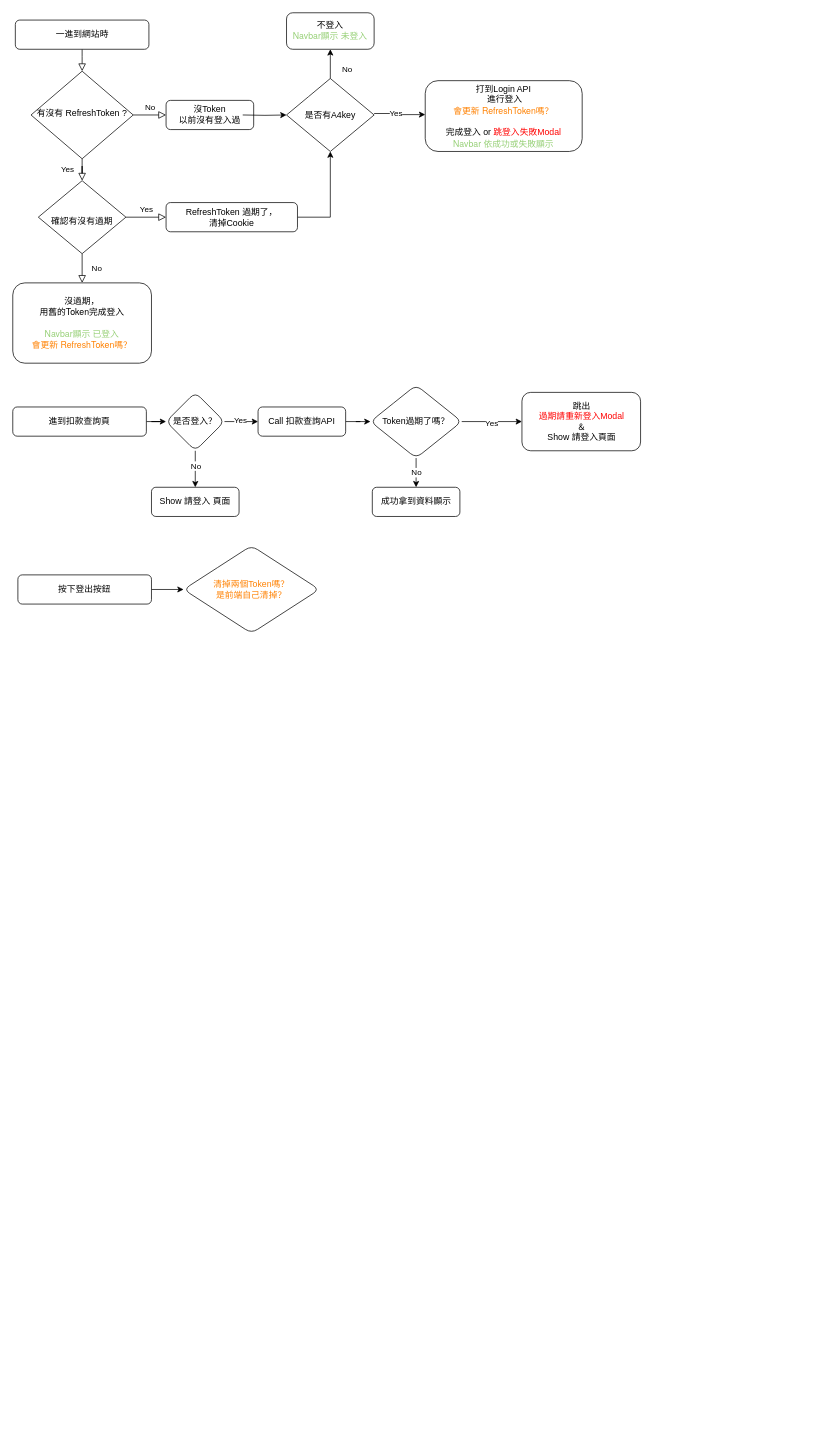
YUNI0107/YUNI0107 keeps this draw.io diagram as Untitled Diagram.drawio. Above is the earlier version. Source tidied: cells renumbered, new cells numbered last; positions are measured from the earlier drawing's top-left corner, leaving out a move shared by most shapes. Both pictures are drawn from the tidied source at 73%, with x=0, y=0 at pixel (12, 12).
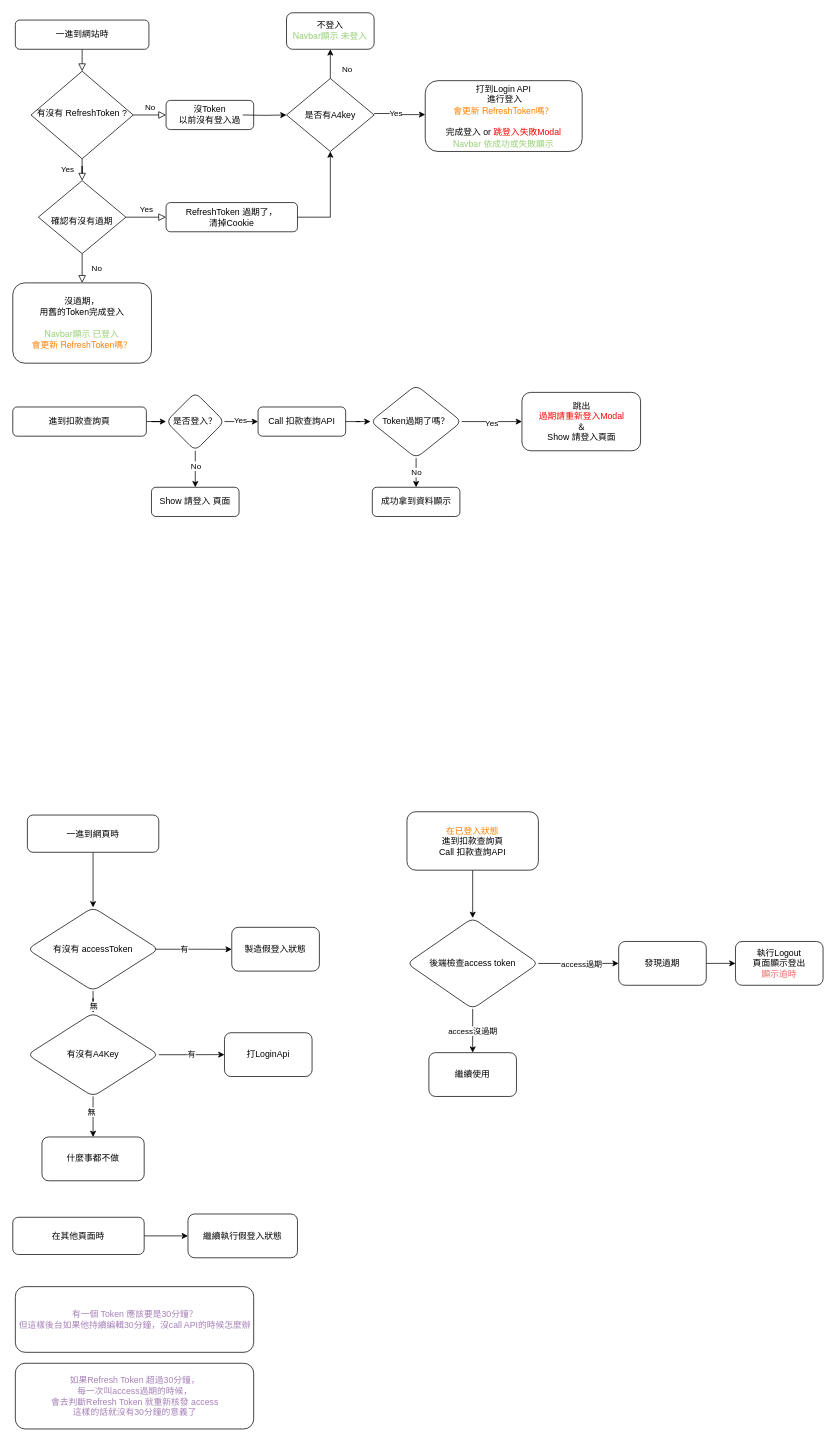
Above is the later version.

Change to the diagram source:
```diff
@@
-    <mxCell id="36" style="edgeStyle=orthogonalEdgeStyle;rounded=0;jettySize=auto;html=1;" parent="1" edge="1" source="37" target="38">
-      <mxGeometry relative="1" as="geometry" />
+    <mxCell id="36" style="edgeStyle=orthogonalEdgeStyle;rounded=0;orthogonalLoop=1;jettySize=auto;html=1;" parent="1" edge="1">
+      <mxGeometry relative="1" as="geometry">
+        <mxPoint x="234" y="790" as="targetPoint" />
+      </mxGeometry>
     </mxCell>
-    <mxCell id="37" value="按下登出按鈕" style="rounded=1;whiteSpace=wrap;html=1;fontSize=12;glass=0;strokeWidth=1;shadow=0;" parent="1" vertex="1">
-      <mxGeometry x="7" y="770" width="183" height="40" as="geometry" />
-    </mxCell>
-    <mxCell id="38" value="&lt;font color=&quot;#ff8000&quot;&gt;清掉兩個Token嗎？&lt;br&gt;是前端自己清掉？&lt;br&gt;&lt;/font&gt;" style="rhombus;whiteSpace=wrap;html=1;rounded=1;shadow=0;strokeWidth=1;glass=0;" parent="1" vertex="1">
-      <mxGeometry x="234" y="730" width="186" height="120" as="geometry" />
-    </mxCell>
@@
+    <mxCell id="45" style="edgeStyle=orthogonalEdgeStyle;rounded=0;jettySize=auto;html=1;" parent="1" edge="1" source="46" target="51">
+      <mxGeometry relative="1" as="geometry" />
+    </mxCell>
+    <mxCell id="46" value="一進到網頁時" style="rounded=1;whiteSpace=wrap;html=1;" parent="1" vertex="1">
+      <mxGeometry x="20" y="1099" width="180" height="51" as="geometry" />
+    </mxCell>
+    <mxCell id="47" style="edgeStyle=orthogonalEdgeStyle;rounded=0;orthogonalLoop=1;jettySize=auto;html=1;" parent="1" edge="1">
+      <mxGeometry relative="1" as="geometry">
+        <mxPoint x="170" y="1282.8" as="sourcePoint" />
+        <mxPoint x="300" y="1283" as="targetPoint" />
+        <Array as="points">
+          <mxPoint x="260" y="1283" />
+          <mxPoint x="260" y="1283" />
+        </Array>
+      </mxGeometry>
+    </mxCell>
+    <mxCell id="48" value="有" style="edgeLabel;html=1;align=center;verticalAlign=middle;fontColor=#000000;" parent="47" vertex="1">
+      <mxGeometry x="-0.01" relative="1" as="geometry" />
+    </mxCell>
+    <mxCell id="49" style="edgeStyle=orthogonalEdgeStyle;rounded=0;jettySize=auto;html=1;" parent="1" edge="1" source="51" target="56">
+      <mxGeometry relative="1" as="geometry" />
+    </mxCell>
+    <mxCell id="50" value="無" style="edgeLabel;html=1;align=center;verticalAlign=middle;" parent="49" vertex="1">
+      <mxGeometry x="-0.23" relative="1" as="geometry">
+        <mxPoint y="1" as="offset" />
+      </mxGeometry>
+    </mxCell>
+    <mxCell id="51" value="有沒有 accessToken" style="rhombus;whiteSpace=wrap;html=1;rounded=1;" parent="1" vertex="1">
+      <mxGeometry x="20" y="1225.5" width="180" height="114.5" as="geometry" />
+    </mxCell>
+    <mxCell id="52" value="製造假登入狀態" style="whiteSpace=wrap;html=1;rounded=1;" parent="1" vertex="1">
+      <mxGeometry x="300" y="1252.8" width="120" height="60" as="geometry" />
+    </mxCell>
+    <mxCell id="53" value="有" style="edgeStyle=orthogonalEdgeStyle;rounded=0;jettySize=auto;html=1;" parent="1" edge="1" source="56" target="57">
+      <mxGeometry relative="1" as="geometry" />
+    </mxCell>
+    <mxCell id="54" style="edgeStyle=orthogonalEdgeStyle;rounded=0;jettySize=auto;html=1;" parent="1" edge="1" source="56" target="58">
+      <mxGeometry relative="1" as="geometry" />
+    </mxCell>
+    <mxCell id="55" value="無" style="edgeLabel;html=1;align=center;verticalAlign=middle;" parent="54" vertex="1">
+      <mxGeometry x="-0.23" y="-3" relative="1" as="geometry" />
+    </mxCell>
+    <mxCell id="56" value="有沒有A4Key" style="rhombus;whiteSpace=wrap;html=1;rounded=1;" parent="1" vertex="1">
+      <mxGeometry x="20" y="1370" width="180" height="114.5" as="geometry" />
+    </mxCell>
+    <mxCell id="57" value="打LoginApi" style="whiteSpace=wrap;html=1;rounded=1;" parent="1" vertex="1">
+      <mxGeometry x="290" y="1397.2" width="120" height="60" as="geometry" />
+    </mxCell>
+    <mxCell id="58" value="什麼事都不做" style="whiteSpace=wrap;html=1;rounded=1;" parent="1" vertex="1">
+      <mxGeometry x="40" y="1540" width="140" height="60" as="geometry" />
+    </mxCell>
+    <mxCell id="59" style="edgeStyle=orthogonalEdgeStyle;rounded=0;jettySize=auto;html=1;" parent="1" edge="1" source="60" target="64">
+      <mxGeometry relative="1" as="geometry" />
+    </mxCell>
+    <mxCell id="60" value="&lt;font color=&quot;#ff8000&quot;&gt;在已登入狀態&lt;/font&gt;&lt;br&gt;進到扣款查詢頁 &lt;br&gt;Call 扣款查詢API" style="rounded=1;whiteSpace=wrap;html=1;" parent="1" vertex="1">
+      <mxGeometry x="540" y="1094.5" width="180" height="80" as="geometry" />
+    </mxCell>
+    <mxCell id="61" style="edgeStyle=orthogonalEdgeStyle;rounded=0;jettySize=auto;html=1;" parent="1" edge="1" source="64" target="66">
+      <mxGeometry relative="1" as="geometry" />
+    </mxCell>
+    <mxCell id="62" value="access過期" style="edgeLabel;html=1;align=center;verticalAlign=middle;" parent="61" vertex="1">
+      <mxGeometry x="0.07" y="-1" relative="1" as="geometry" />
+    </mxCell>
+    <mxCell id="63" value="&lt;font color=&quot;#000000&quot;&gt;access沒過期&lt;/font&gt;" style="edgeStyle=orthogonalEdgeStyle;rounded=0;jettySize=auto;html=1;fontColor=#EA6B66;" parent="1" edge="1" source="64" target="68">
+      <mxGeometry relative="1" as="geometry" />
+    </mxCell>
+    <mxCell id="64" value="後端檢查access token" style="rhombus;whiteSpace=wrap;html=1;rounded=1;" parent="1" vertex="1">
+      <mxGeometry x="540" y="1240" width="180" height="124.5" as="geometry" />
+    </mxCell>
+    <mxCell id="65" style="edgeStyle=orthogonalEdgeStyle;rounded=0;jettySize=auto;html=1;" parent="1" edge="1" source="66">
+      <mxGeometry relative="1" as="geometry">
+        <mxPoint x="990" y="1302.2" as="targetPoint" />
+      </mxGeometry>
+    </mxCell>
+    <mxCell id="66" value="發現過期" style="whiteSpace=wrap;html=1;rounded=1;" parent="1" vertex="1">
+      <mxGeometry x="830" y="1272.2" width="120" height="60" as="geometry" />
+    </mxCell>
+    <mxCell id="67" value="執行Logout&lt;br&gt;頁面顯示登出&lt;br&gt;&lt;font color=&quot;#ea6b66&quot;&gt;顯示逾時&lt;/font&gt;" style="whiteSpace=wrap;html=1;rounded=1;" parent="1" vertex="1">
+      <mxGeometry x="990" y="1272.2" width="120" height="60" as="geometry" />
+    </mxCell>
+    <mxCell id="68" value="繼續使用" style="whiteSpace=wrap;html=1;rounded=1;" parent="1" vertex="1">
+      <mxGeometry x="570" y="1424.5" width="120" height="60" as="geometry" />
+    </mxCell>
+    <mxCell id="69" style="edgeStyle=orthogonalEdgeStyle;rounded=0;jettySize=auto;html=1;fontColor=#FF8000;" parent="1" edge="1" source="70" target="71">
+      <mxGeometry relative="1" as="geometry" />
+    </mxCell>
+    <mxCell id="70" value="在其他頁面時" style="rounded=1;whiteSpace=wrap;html=1;" parent="1" vertex="1">
+      <mxGeometry y="1650" width="180" height="51" as="geometry" />
+    </mxCell>
+    <mxCell id="71" value="繼續執行假登入狀態" style="whiteSpace=wrap;html=1;rounded=1;" parent="1" vertex="1">
+      <mxGeometry x="240" y="1645.5" width="150" height="60" as="geometry" />
+    </mxCell>
+    <mxCell id="72" value="&lt;font color=&quot;#a680b8&quot;&gt;有一個 Token 應該要是30分鐘？&lt;br&gt;但這樣後台如果他持續編輯30分鐘，沒call API的時候怎麼辦&lt;br&gt;&lt;/font&gt;" style="rounded=1;whiteSpace=wrap;html=1;fontColor=#FF8000;" parent="1" vertex="1">
+      <mxGeometry x="3.5" y="1745" width="326.5" height="90" as="geometry" />
+    </mxCell>
+    <mxCell id="73" value="&lt;font color=&quot;#a680b8&quot;&gt;如果Refresh Token 超過30分鐘，&lt;br&gt;每一次叫access過期的時候，&lt;br&gt;會去判斷&lt;/font&gt;&lt;span style=&quot;color: rgb(166 , 128 , 184)&quot;&gt;Refresh Token 就重新核發&amp;nbsp;&lt;/span&gt;&lt;span style=&quot;color: rgb(166 , 128 , 184)&quot;&gt;access&lt;br&gt;&lt;/span&gt;&lt;font color=&quot;#a680b8&quot;&gt;這樣的話就沒有30分鐘的意義了&lt;br&gt;&lt;/font&gt;" style="rounded=1;whiteSpace=wrap;html=1;fontColor=#FF8000;" parent="1" vertex="1">
+      <mxGeometry x="3.5" y="1850" width="326.5" height="90" as="geometry" />
+    </mxCell>
```
